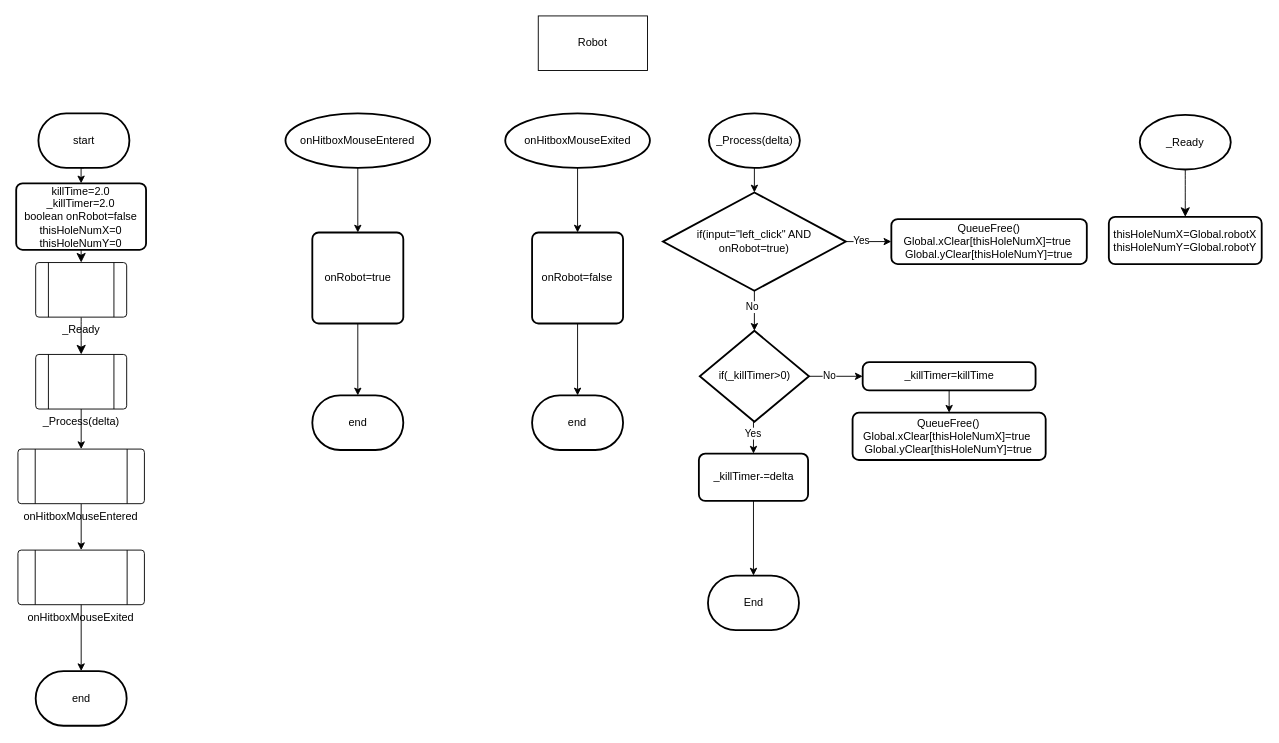
The draw.io diagram whack-a-robot/Robot/robot flowchart.drawio in BHASVIC-Kasper25/Whack-a-Robot, before the edit. Source tidied: cells renumbered, new cells numbered last; positions are measured from the earlier drawing's top-left corner, leaving out a move shared by most shapes. Both pictures are drawn from the tidied source at 91%, with x=0, y=0 at pixel (15, 15).
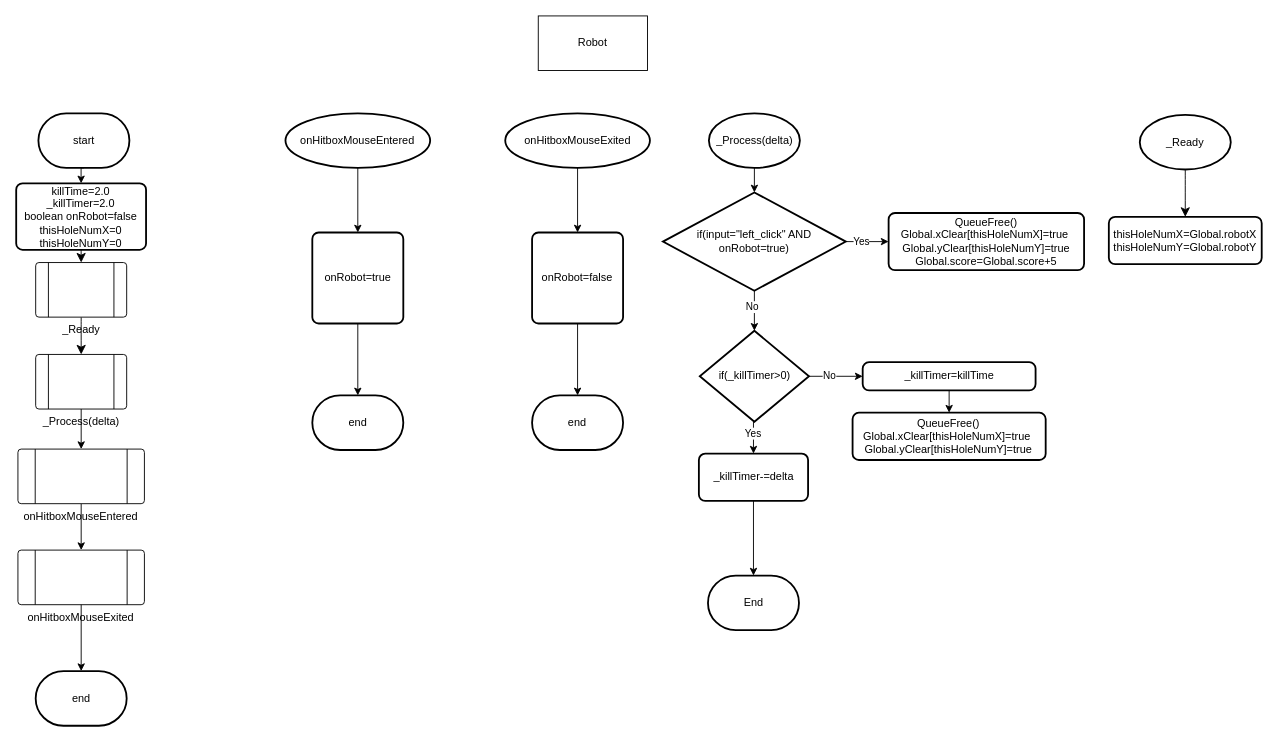
Above is the later version.

Diff of the diagram source:
```diff
@@
-    <mxCell id="33" value="QueueFree()&lt;div&gt;&lt;div&gt;Global.xClear[thisHoleNumX]=true&amp;nbsp;&lt;/div&gt;&lt;div&gt;Global.yClear[thisHoleNumY]=true&lt;/div&gt;&lt;/div&gt;" style="rounded=1;whiteSpace=wrap;html=1;absoluteArcSize=1;arcSize=14;strokeWidth=2;" parent="1" vertex="1">
-      <mxGeometry x="962" y="223.2" width="214.8" height="49.5" as="geometry" />
+    <mxCell id="33" value="QueueFree()&lt;div&gt;&lt;div&gt;Global.xClear[thisHoleNumX]=true&amp;nbsp;&lt;/div&gt;&lt;div&gt;Global.yClear[thisHoleNumY]=true&lt;/div&gt;&lt;/div&gt;&lt;div&gt;Global.score=Global.score+5&lt;/div&gt;" style="rounded=1;whiteSpace=wrap;html=1;absoluteArcSize=1;arcSize=14;strokeWidth=2;" parent="1" vertex="1">
+      <mxGeometry x="959" y="216.6" width="214.8" height="62.8" as="geometry" />
     </mxCell>
```
